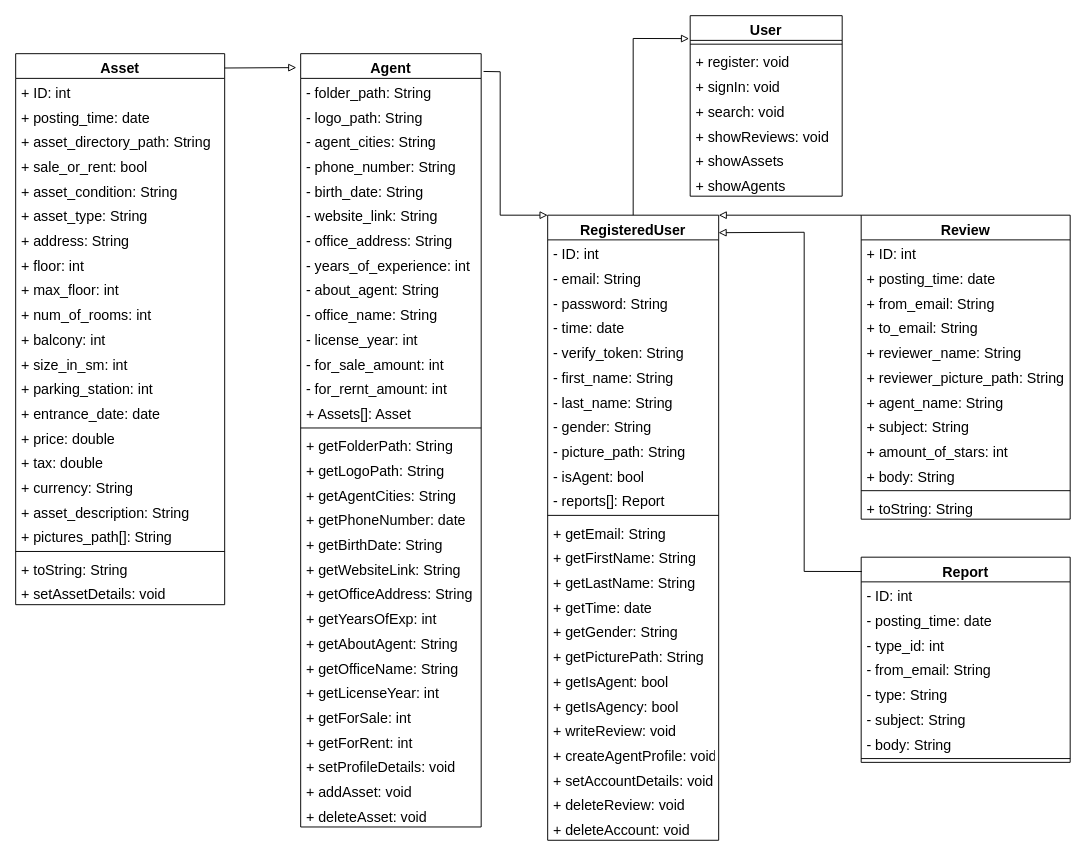
Before: GetAgent Docs/SDD/תרשים מחלקות.drawio in ronsha001/GetAgent-FinalProject, a draw.io diagram. Source tidied: cells renumbered, new cells numbered last; positions are measured from the earlier drawing's top-left corner, leaving out a move shared by most shapes. Both pictures are drawn from the tidied source at 95%, with x=0, y=0 at pixel (15, 15).
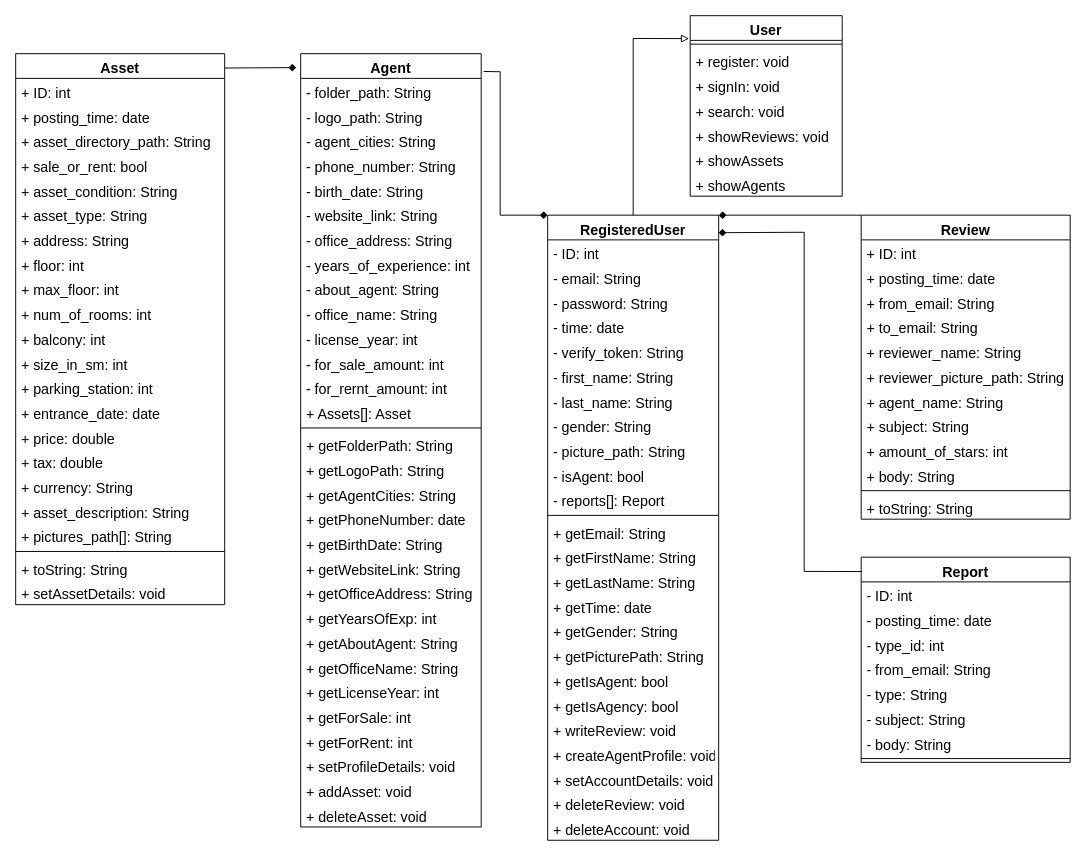
After the change.

The change refers to these unchanged cells:
```xml
<mxCell id="10" value="RegisteredUser" style="swimlane;fontStyle=1;align=center;verticalAlign=top;horizontal=1;startSize=26;fontSize=15;" parent="1" vertex="1">
  <mxGeometry x="560" y="210" width="180" height="658" as="geometry" />
</mxCell>
<mxCell id="36" value="Agent" style="swimlane;fontStyle=1;align=center;verticalAlign=top;horizontal=1;startSize=26;fontSize=15;" parent="1" vertex="1">
  <mxGeometry x="300" y="40" width="190" height="814" as="geometry" />
</mxCell>
<mxCell id="70" value="Asset" style="swimlane;fontStyle=1;align=center;verticalAlign=top;horizontal=1;startSize=26;fontSize=15;" parent="1" vertex="1">
  <mxGeometry y="40" width="220" height="580" as="geometry" />
</mxCell>
<mxCell id="94" value="Review" style="swimlane;fontStyle=1;align=center;verticalAlign=top;horizontal=1;startSize=26;fontSize=15;" parent="1" vertex="1">
  <mxGeometry x="890" y="210" width="220" height="320" as="geometry" />
</mxCell>
<mxCell id="108" value="Report" style="swimlane;fontStyle=1;align=center;verticalAlign=top;horizontal=1;startSize=26;fontSize=15;" parent="1" vertex="1">
  <mxGeometry x="890" y="570" width="220" height="216" as="geometry" />
</mxCell>
```

The edit, as a diff of the source:
```diff
@@
-    <mxCell id="69" style="endArrow=block;html=1;rounded=0;exitX=1.013;exitY=0.023;exitDx=0;exitDy=0;entryX=0;entryY=0;entryDx=0;entryDy=0;endFill=0;exitPerimeter=0;fontSize=15;" parent="1" edge="1" source="36" target="10">
+    <mxCell id="69" style="endArrow=diamond;html=1;rounded=0;exitX=1.013;exitY=0.023;exitDx=0;exitDy=0;entryX=0;entryY=0;entryDx=0;entryDy=0;endFill=1;exitPerimeter=0;fontSize=15;" parent="1" edge="1" source="36" target="10">
       <mxGeometry relative="1" as="geometry">
         <Array as="points">
           <mxPoint x="510" y="59" />
           <mxPoint x="510" y="210" />
         </Array>
       </mxGeometry>
     </mxCell>
@@
-    <mxCell id="93" style="endArrow=block;html=1;rounded=0;entryX=-0.024;entryY=0.018;entryDx=0;entryDy=0;endFill=0;fontSize=15;exitX=1;exitY=0.026;exitDx=0;exitDy=0;exitPerimeter=0;entryPerimeter=0;" parent="1" edge="1" source="70" target="36">
+    <mxCell id="93" style="endArrow=diamond;html=1;rounded=0;entryX=-0.024;entryY=0.018;entryDx=0;entryDy=0;endFill=1;fontSize=15;exitX=1;exitY=0.026;exitDx=0;exitDy=0;exitPerimeter=0;entryPerimeter=0;" parent="1" edge="1" source="70" target="36">
       <mxGeometry relative="1" as="geometry" />
     </mxCell>
@@
-    <mxCell id="107" style="endArrow=block;html=1;rounded=0;entryX=1;entryY=0;entryDx=0;entryDy=0;endFill=0;fontSize=15;exitX=0;exitY=0;exitDx=0;exitDy=0;" parent="1" edge="1" source="94" target="10">
+    <mxCell id="107" style="endArrow=diamond;html=1;rounded=0;entryX=1;entryY=0;entryDx=0;entryDy=0;endFill=1;fontSize=15;exitX=0;exitY=0;exitDx=0;exitDy=0;" parent="1" edge="1" source="94" target="10">
       <mxGeometry relative="1" as="geometry" />
     </mxCell>
@@
-    <mxCell id="117" style="endArrow=block;html=1;rounded=0;endFill=0;fontSize=15;entryX=0.999;entryY=0.028;entryDx=0;entryDy=0;entryPerimeter=0;exitX=0.003;exitY=0.07;exitDx=0;exitDy=0;exitPerimeter=0;" parent="1" edge="1" source="108" target="10">
+    <mxCell id="117" style="endArrow=diamond;html=1;rounded=0;endFill=1;fontSize=15;entryX=0.999;entryY=0.028;entryDx=0;entryDy=0;entryPerimeter=0;exitX=0.003;exitY=0.07;exitDx=0;exitDy=0;exitPerimeter=0;" parent="1" edge="1" source="108" target="10">
       <mxGeometry relative="1" as="geometry">
         <Array as="points">
           <mxPoint x="830" y="585" />
           <mxPoint x="830" y="228" />
         </Array>
       </mxGeometry>
     </mxCell>
```
